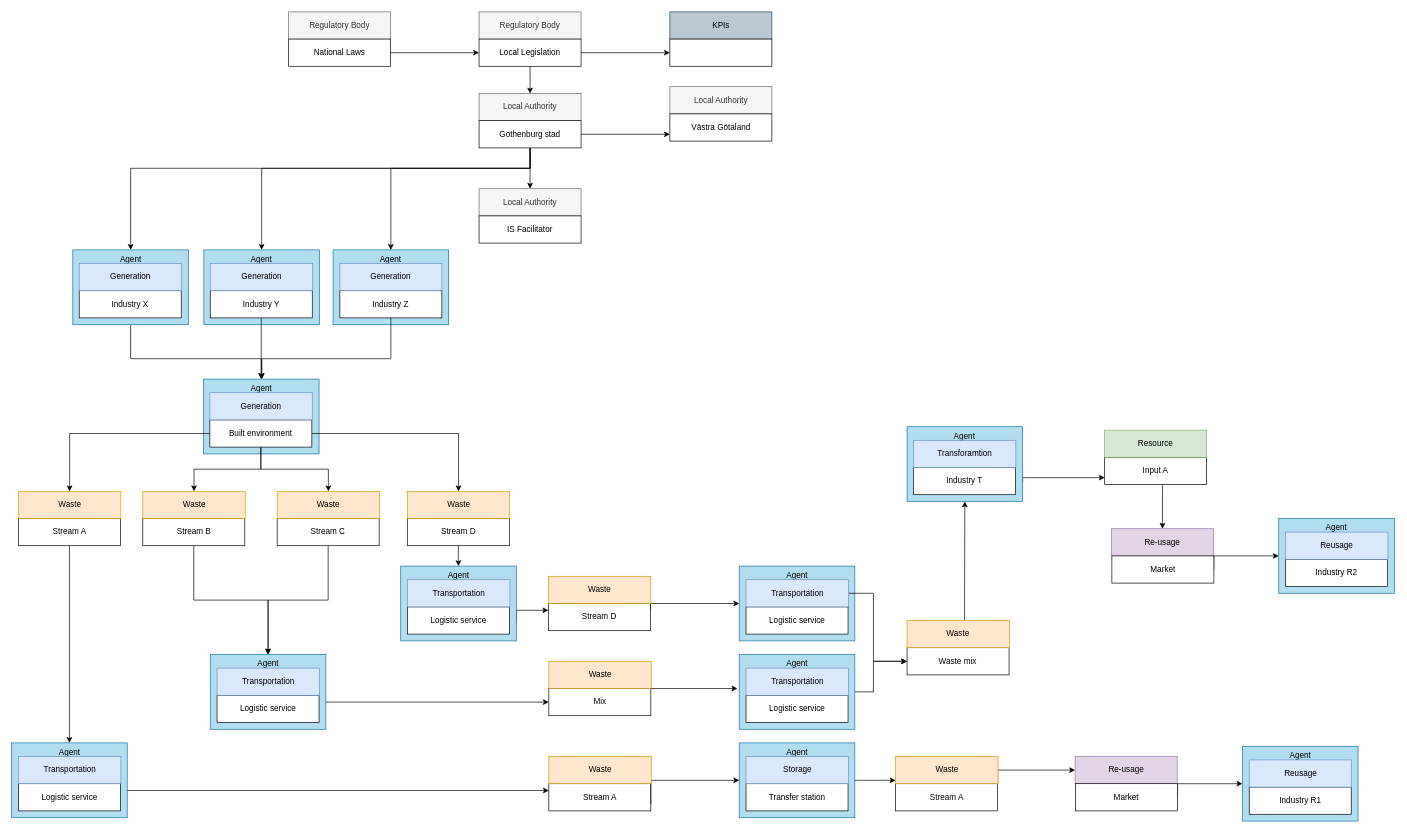
This is CaseStudies/03_Industrial/Bubbles_indus.drawio from Urban-JonathanCohen/GeneralWasteDataModel, a draw.io file, before an edit. Source tidied: cells renumbered, new cells numbered last; positions are measured from the earlier drawing's top-left corner, leaving out a move shared by most shapes. Both pictures are drawn from the tidied source at 68%, with x=0, y=0 at pixel (12, 12).
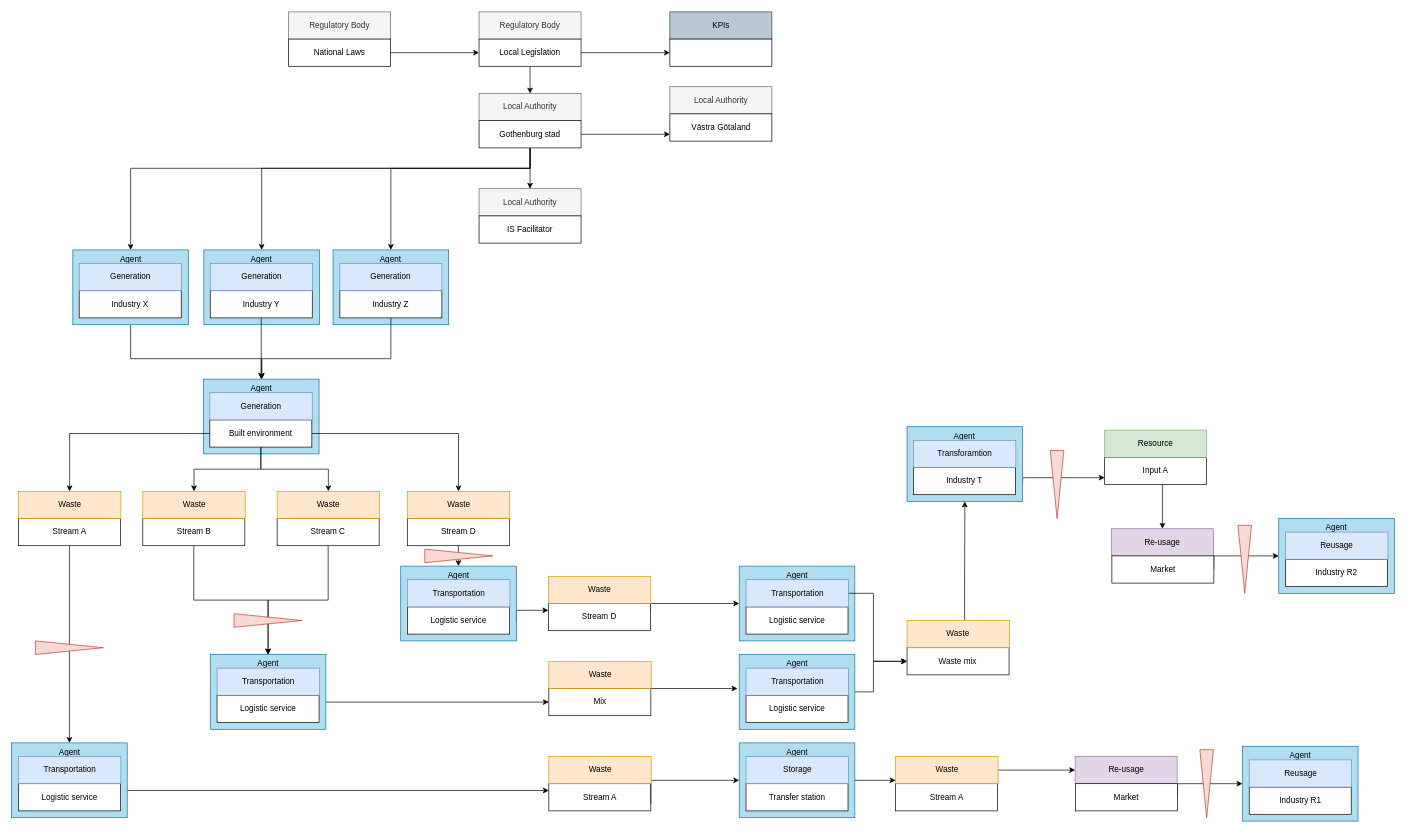
The same diagram, later.

Change to the diagram source:
```diff
@@
+    <mxCell id="115" style="triangle;whiteSpace=wrap;html=1;fillColor=#fad9d5;strokeColor=#ae4132;" parent="1" vertex="1">
+      <mxGeometry x="34.6" y="925" width="100" height="20" as="geometry" />
+    </mxCell>
+    <mxCell id="116" style="triangle;whiteSpace=wrap;html=1;fillColor=#fad9d5;strokeColor=#ae4132;rotation=90;" parent="1" vertex="1">
+      <mxGeometry x="1487" y="685" width="100" height="20" as="geometry" />
+    </mxCell>
+    <mxCell id="117" style="triangle;whiteSpace=wrap;html=1;fillColor=#fad9d5;strokeColor=#ae4132;rotation=90;" parent="1" vertex="1">
+      <mxGeometry x="1763" y="795" width="100" height="20" as="geometry" />
+    </mxCell>
+    <mxCell id="118" style="triangle;whiteSpace=wrap;html=1;fillColor=#fad9d5;strokeColor=#ae4132;rotation=90;" parent="1" vertex="1">
+      <mxGeometry x="1707" y="1125" width="100" height="20" as="geometry" />
+    </mxCell>
+    <mxCell id="119" style="triangle;whiteSpace=wrap;html=1;fillColor=#fad9d5;strokeColor=#ae4132;" parent="1" vertex="1">
+      <mxGeometry x="326.7" y="885" width="100" height="20" as="geometry" />
+    </mxCell>
+    <mxCell id="120" style="triangle;whiteSpace=wrap;html=1;fillColor=#fad9d5;strokeColor=#ae4132;" parent="1" vertex="1">
+      <mxGeometry x="607.1" y="790" width="100" height="20" as="geometry" />
+    </mxCell>
```
